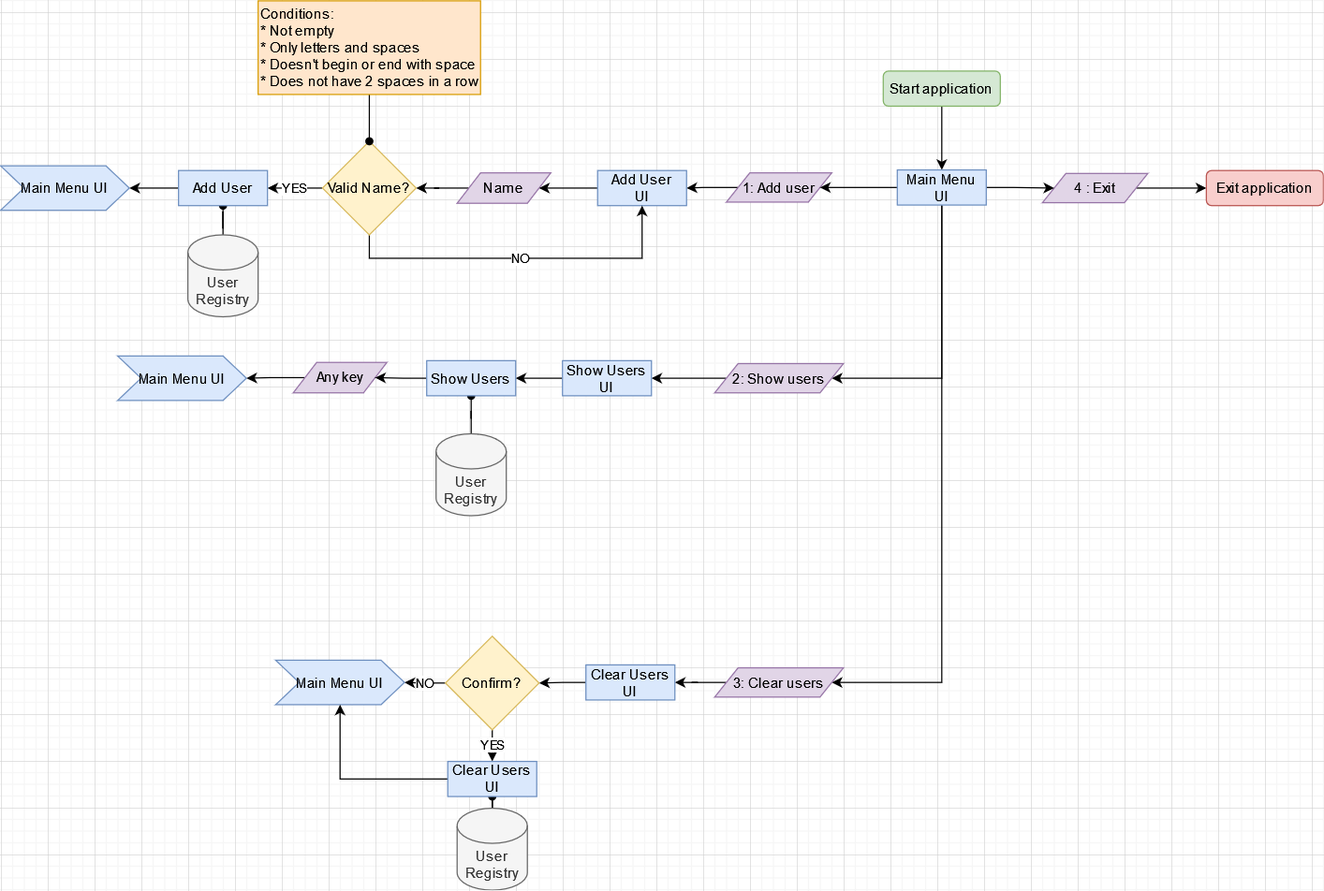
The draw.io diagram AdressBook_Limited_FlowChart.png in VonRiddarn/SchoolProject_AdressBook_Limited, before a commit. Source tidied: cells renumbered, new cells last; positions are measured from the earlier drawing's top-left corner, leaving out a move shared by most shapes. The source it was exported from:
```xml
<mxGraphModel>
  <root>
    <mxCell id="0" />
    <mxCell id="1" parent="0" />
    <mxCell id="2" style="edgeStyle=orthogonalEdgeStyle;rounded=0;jettySize=auto;html=1;entryX=0.5;entryY=0;entryDx=0;entryDy=0;startArrow=none;startFill=0;endArrow=classic;endFill=1;" parent="1" edge="1" source="3" target="13">
      <mxGeometry relative="1" as="geometry" />
    </mxCell>
    <mxCell id="3" value="Start application" style="rounded=1;whiteSpace=wrap;html=1;fillColor=#d5e8d4;strokeColor=#82b366;" parent="1" vertex="1">
      <mxGeometry x="754" y="60" width="100" height="30" as="geometry" />
    </mxCell>
    <mxCell id="4" style="edgeStyle=orthogonalEdgeStyle;rounded=0;jettySize=auto;html=1;entryX=0;entryY=0.5;entryDx=0;entryDy=0;startArrow=none;startFill=0;endArrow=classic;endFill=1;" parent="1" edge="1" source="5" target="6">
      <mxGeometry relative="1" as="geometry" />
    </mxCell>
    <mxCell id="5" value="4 : Exit" style="shape=parallelogram;perimeter=parallelogramPerimeter;whiteSpace=wrap;html=1;fixedSize=1;fillColor=#e1d5e7;strokeColor=#9673a6;" parent="1" vertex="1">
      <mxGeometry x="890" y="147.5" width="90" height="25" as="geometry" />
    </mxCell>
    <mxCell id="6" value="Exit application" style="rounded=1;whiteSpace=wrap;html=1;fillColor=#f8cecc;strokeColor=#b85450;" parent="1" vertex="1">
      <mxGeometry x="1030" y="145" width="100" height="30" as="geometry" />
    </mxCell>
    <mxCell id="7" style="edgeStyle=orthogonalEdgeStyle;rounded=0;jettySize=auto;html=1;startArrow=none;startFill=0;endArrow=classic;endFill=1;" parent="1" edge="1" source="8" target="17">
      <mxGeometry relative="1" as="geometry" />
    </mxCell>
    <mxCell id="8" value="1: Add user" style="shape=parallelogram;perimeter=parallelogramPerimeter;whiteSpace=wrap;html=1;fixedSize=1;fillColor=#e1d5e7;strokeColor=#9673a6;" parent="1" vertex="1">
      <mxGeometry x="620" y="147" width="90" height="25" as="geometry" />
    </mxCell>
    <mxCell id="9" style="edgeStyle=orthogonalEdgeStyle;rounded=0;jettySize=auto;html=1;entryX=1;entryY=0.5;entryDx=0;entryDy=0;startArrow=none;startFill=0;endArrow=classic;endFill=1;" parent="1" edge="1" source="13" target="8">
      <mxGeometry relative="1" as="geometry" />
    </mxCell>
    <mxCell id="10" style="edgeStyle=orthogonalEdgeStyle;rounded=0;jettySize=auto;html=1;entryX=0;entryY=0.5;entryDx=0;entryDy=0;startArrow=none;startFill=0;endArrow=classic;endFill=1;" parent="1" edge="1" source="13" target="5">
      <mxGeometry relative="1" as="geometry" />
    </mxCell>
    <mxCell id="11" style="edgeStyle=orthogonalEdgeStyle;rounded=0;jettySize=auto;html=1;entryX=1;entryY=0.5;entryDx=0;entryDy=0;startArrow=none;startFill=0;endArrow=classic;endFill=1;" parent="1" edge="1" source="13" target="29">
      <mxGeometry relative="1" as="geometry">
        <Array as="points">
          <mxPoint x="804" y="323" />
        </Array>
      </mxGeometry>
    </mxCell>
    <mxCell id="12" style="edgeStyle=orthogonalEdgeStyle;rounded=0;jettySize=auto;html=1;entryX=1;entryY=0.5;entryDx=0;entryDy=0;startArrow=none;startFill=0;endArrow=classic;endFill=1;" parent="1" edge="1" source="13" target="40">
      <mxGeometry relative="1" as="geometry">
        <Array as="points">
          <mxPoint x="804" y="583" />
        </Array>
      </mxGeometry>
    </mxCell>
    <mxCell id="13" value="&lt;div&gt;Main Menu&lt;/div&gt;&lt;div&gt;UI&lt;br&gt;&lt;/div&gt;" style="rounded=0;whiteSpace=wrap;html=1;fillColor=#dae8fc;strokeColor=#6c8ebf;" parent="1" vertex="1">
      <mxGeometry x="766" y="144.5" width="76" height="30" as="geometry" />
    </mxCell>
    <mxCell id="14" style="edgeStyle=orthogonalEdgeStyle;rounded=0;jettySize=auto;html=1;startArrow=none;startFill=0;endArrow=classic;endFill=1;" parent="1" edge="1" source="15" target="20">
      <mxGeometry relative="1" as="geometry" />
    </mxCell>
    <mxCell id="15" value="Name" style="shape=parallelogram;perimeter=parallelogramPerimeter;whiteSpace=wrap;html=1;fixedSize=1;fillColor=#e1d5e7;strokeColor=#9673a6;" parent="1" vertex="1">
      <mxGeometry x="390" y="147" width="80" height="26" as="geometry" />
    </mxCell>
    <mxCell id="16" style="edgeStyle=orthogonalEdgeStyle;rounded=0;jettySize=auto;html=1;entryX=1;entryY=0.5;entryDx=0;entryDy=0;startArrow=none;startFill=0;endArrow=classic;endFill=1;" parent="1" edge="1" source="17" target="15">
      <mxGeometry relative="1" as="geometry" />
    </mxCell>
    <mxCell id="17" value="&lt;div&gt;Add User&lt;br&gt;&lt;/div&gt;&lt;div&gt;UI&lt;br&gt;&lt;/div&gt;" style="rounded=0;whiteSpace=wrap;html=1;fillColor=#dae8fc;strokeColor=#6c8ebf;" parent="1" vertex="1">
      <mxGeometry x="510" y="145" width="76" height="30" as="geometry" />
    </mxCell>
    <mxCell id="18" value="NO" style="edgeStyle=orthogonalEdgeStyle;rounded=0;jettySize=auto;html=1;entryX=0.5;entryY=1;entryDx=0;entryDy=0;startArrow=none;startFill=0;endArrow=classic;endFill=1;" parent="1" edge="1" source="20" target="17">
      <mxGeometry relative="1" as="geometry">
        <Array as="points">
          <mxPoint x="315" y="220" />
          <mxPoint x="548" y="220" />
        </Array>
      </mxGeometry>
    </mxCell>
    <mxCell id="19" value="YES" style="edgeStyle=orthogonalEdgeStyle;rounded=0;jettySize=auto;html=1;entryX=1;entryY=0.5;entryDx=0;entryDy=0;startArrow=none;startFill=0;endArrow=classic;endFill=1;" parent="1" edge="1" source="20" target="26">
      <mxGeometry relative="1" as="geometry" />
    </mxCell>
    <mxCell id="20" value="Valid Name?" style="rhombus;whiteSpace=wrap;html=1;fillColor=#fff2cc;strokeColor=#d6b656;" parent="1" vertex="1">
      <mxGeometry x="275" y="120" width="80" height="80" as="geometry" />
    </mxCell>
    <mxCell id="21" style="edgeStyle=orthogonalEdgeStyle;rounded=0;jettySize=auto;html=1;entryX=0.5;entryY=0;entryDx=0;entryDy=0;startArrow=none;startFill=0;endArrow=oval;endFill=1;" parent="1" edge="1" source="22" target="20">
      <mxGeometry relative="1" as="geometry" />
    </mxCell>
    <mxCell id="22" value="&lt;div align=&quot;left&quot;&gt;Conditions:&lt;/div&gt;&lt;div align=&quot;left&quot;&gt;* Not empty&lt;/div&gt;&lt;div align=&quot;left&quot;&gt;* Only letters and spaces&lt;/div&gt;&lt;div align=&quot;left&quot;&gt;* Doesn't begin or end with space&lt;/div&gt;&lt;div align=&quot;left&quot;&gt;* Does not have 2 spaces in a row&lt;br&gt;&lt;/div&gt;" style="rounded=0;whiteSpace=wrap;html=1;align=left;fillColor=#ffe6cc;strokeColor=#d79b00;" parent="1" vertex="1">
      <mxGeometry x="220" width="190" height="80" as="geometry" />
    </mxCell>
    <mxCell id="23" style="edgeStyle=orthogonalEdgeStyle;rounded=0;jettySize=auto;html=1;startArrow=none;startFill=0;endArrow=oval;endFill=1;" parent="1" edge="1" source="24" target="26">
      <mxGeometry relative="1" as="geometry" />
    </mxCell>
    <mxCell id="24" value="User Registry" style="shape=cylinder3;whiteSpace=wrap;html=1;boundedLbl=1;backgroundOutline=1;size=15;fillColor=#f5f5f5;fontColor=#333333;strokeColor=#666666;" parent="1" vertex="1">
      <mxGeometry x="160" y="200" width="60" height="70" as="geometry" />
    </mxCell>
    <mxCell id="25" style="edgeStyle=orthogonalEdgeStyle;rounded=0;jettySize=auto;html=1;startArrow=none;startFill=0;endArrow=classic;endFill=1;" parent="1" edge="1" source="26" target="27">
      <mxGeometry relative="1" as="geometry" />
    </mxCell>
    <mxCell id="26" value="Add User" style="rounded=0;whiteSpace=wrap;html=1;fillColor=#dae8fc;strokeColor=#6c8ebf;" parent="1" vertex="1">
      <mxGeometry x="152" y="145" width="76" height="30" as="geometry" />
    </mxCell>
    <mxCell id="27" value="&lt;div&gt;Main Menu UI&lt;br&gt;&lt;/div&gt;" style="shape=step;perimeter=stepPerimeter;whiteSpace=wrap;html=1;fixedSize=1;fillColor=#dae8fc;strokeColor=#6c8ebf;" parent="1" vertex="1">
      <mxGeometry y="141" width="110" height="38" as="geometry" />
    </mxCell>
    <mxCell id="28" style="edgeStyle=orthogonalEdgeStyle;rounded=0;jettySize=auto;html=1;entryX=1;entryY=0.5;entryDx=0;entryDy=0;startArrow=none;startFill=0;endArrow=classic;endFill=1;" parent="1" edge="1" source="29" target="31">
      <mxGeometry relative="1" as="geometry" />
    </mxCell>
    <mxCell id="29" value="2: Show users" style="shape=parallelogram;perimeter=parallelogramPerimeter;whiteSpace=wrap;html=1;fixedSize=1;fillColor=#e1d5e7;strokeColor=#9673a6;" parent="1" vertex="1">
      <mxGeometry x="610" y="310" width="110" height="25" as="geometry" />
    </mxCell>
    <mxCell id="30" style="edgeStyle=orthogonalEdgeStyle;rounded=0;jettySize=auto;html=1;entryX=1;entryY=0.5;entryDx=0;entryDy=0;startArrow=none;startFill=0;endArrow=classic;endFill=1;" parent="1" edge="1" source="31" target="37">
      <mxGeometry relative="1" as="geometry" />
    </mxCell>
    <mxCell id="31" value="&lt;div&gt;Show Users&lt;br&gt;&lt;/div&gt;&lt;div&gt;UI&lt;br&gt;&lt;/div&gt;" style="rounded=0;whiteSpace=wrap;html=1;fillColor=#dae8fc;strokeColor=#6c8ebf;" parent="1" vertex="1">
      <mxGeometry x="480" y="307.5" width="76" height="30" as="geometry" />
    </mxCell>
    <mxCell id="32" style="edgeStyle=orthogonalEdgeStyle;rounded=0;jettySize=auto;html=1;startArrow=none;startFill=0;endArrow=classic;endFill=1;" parent="1" edge="1" source="33" target="38">
      <mxGeometry relative="1" as="geometry" />
    </mxCell>
    <mxCell id="33" value="Any key" style="shape=parallelogram;perimeter=parallelogramPerimeter;whiteSpace=wrap;html=1;fixedSize=1;fillColor=#e1d5e7;strokeColor=#9673a6;" parent="1" vertex="1">
      <mxGeometry x="250" y="309" width="80" height="26" as="geometry" />
    </mxCell>
    <mxCell id="34" style="edgeStyle=orthogonalEdgeStyle;rounded=0;jettySize=auto;html=1;entryX=0.5;entryY=1;entryDx=0;entryDy=0;startArrow=none;startFill=0;endArrow=oval;endFill=1;" parent="1" edge="1" source="35" target="37">
      <mxGeometry relative="1" as="geometry" />
    </mxCell>
    <mxCell id="35" value="User Registry" style="shape=cylinder3;whiteSpace=wrap;html=1;boundedLbl=1;backgroundOutline=1;size=15;fillColor=#f5f5f5;fontColor=#333333;strokeColor=#666666;" parent="1" vertex="1">
      <mxGeometry x="372" y="370" width="60" height="70" as="geometry" />
    </mxCell>
    <mxCell id="36" style="edgeStyle=orthogonalEdgeStyle;rounded=0;jettySize=auto;html=1;entryX=1;entryY=0.5;entryDx=0;entryDy=0;startArrow=none;startFill=0;endArrow=classic;endFill=1;" parent="1" edge="1" source="37" target="33">
      <mxGeometry relative="1" as="geometry" />
    </mxCell>
    <mxCell id="37" value="&lt;div&gt;Show Users&lt;br&gt;&lt;/div&gt;" style="rounded=0;whiteSpace=wrap;html=1;fillColor=#dae8fc;strokeColor=#6c8ebf;" parent="1" vertex="1">
      <mxGeometry x="364" y="307.5" width="76" height="30" as="geometry" />
    </mxCell>
    <mxCell id="38" value="Main Menu UI" style="shape=step;perimeter=stepPerimeter;whiteSpace=wrap;html=1;fixedSize=1;fillColor=#dae8fc;strokeColor=#6c8ebf;" parent="1" vertex="1">
      <mxGeometry x="100" y="303.5" width="110" height="38" as="geometry" />
    </mxCell>
    <mxCell id="39" style="edgeStyle=orthogonalEdgeStyle;rounded=0;jettySize=auto;html=1;startArrow=none;startFill=0;endArrow=classic;endFill=1;" parent="1" edge="1" source="40" target="42">
      <mxGeometry relative="1" as="geometry" />
    </mxCell>
    <mxCell id="40" value="3: Clear users" style="shape=parallelogram;perimeter=parallelogramPerimeter;whiteSpace=wrap;html=1;fixedSize=1;fillColor=#e1d5e7;strokeColor=#9673a6;" parent="1" vertex="1">
      <mxGeometry x="610" y="570" width="110" height="25" as="geometry" />
    </mxCell>
    <mxCell id="41" style="edgeStyle=orthogonalEdgeStyle;rounded=0;jettySize=auto;html=1;startArrow=none;startFill=0;endArrow=classic;endFill=1;" parent="1" edge="1" source="42" target="45">
      <mxGeometry relative="1" as="geometry" />
    </mxCell>
    <mxCell id="42" value="&lt;div&gt;Clear Users&lt;/div&gt;&lt;div&gt;UI&lt;br&gt;&lt;/div&gt;" style="rounded=0;whiteSpace=wrap;html=1;fillColor=#dae8fc;strokeColor=#6c8ebf;" parent="1" vertex="1">
      <mxGeometry x="500" y="567.5" width="76" height="30" as="geometry" />
    </mxCell>
    <mxCell id="43" value="NO" style="edgeStyle=orthogonalEdgeStyle;rounded=0;jettySize=auto;html=1;entryX=1;entryY=0.5;entryDx=0;entryDy=0;startArrow=none;startFill=0;endArrow=classic;endFill=1;" parent="1" edge="1" source="45" target="46">
      <mxGeometry relative="1" as="geometry" />
    </mxCell>
    <mxCell id="44" value="YES" style="edgeStyle=orthogonalEdgeStyle;rounded=0;jettySize=auto;html=1;entryX=0.5;entryY=0;entryDx=0;entryDy=0;startArrow=none;startFill=0;endArrow=classic;endFill=1;" parent="1" edge="1" source="45" target="50">
      <mxGeometry relative="1" as="geometry" />
    </mxCell>
    <mxCell id="45" value="Confirm?" style="rhombus;whiteSpace=wrap;html=1;fillColor=#fff2cc;strokeColor=#d6b656;" parent="1" vertex="1">
      <mxGeometry x="380" y="543" width="80" height="80" as="geometry" />
    </mxCell>
    <mxCell id="46" value="Main Menu UI" style="shape=step;perimeter=stepPerimeter;whiteSpace=wrap;html=1;fixedSize=1;fillColor=#dae8fc;strokeColor=#6c8ebf;" parent="1" vertex="1">
      <mxGeometry x="235" y="563.5" width="110" height="38" as="geometry" />
    </mxCell>
    <mxCell id="47" style="edgeStyle=orthogonalEdgeStyle;rounded=0;jettySize=auto;html=1;entryX=0.5;entryY=1;entryDx=0;entryDy=0;startArrow=none;startFill=0;endArrow=oval;endFill=1;" parent="1" edge="1" source="48" target="50">
      <mxGeometry relative="1" as="geometry" />
    </mxCell>
    <mxCell id="48" value="User Registry" style="shape=cylinder3;whiteSpace=wrap;html=1;boundedLbl=1;backgroundOutline=1;size=15;fillColor=#f5f5f5;fontColor=#333333;strokeColor=#666666;" parent="1" vertex="1">
      <mxGeometry x="390" y="690" width="60" height="70" as="geometry" />
    </mxCell>
    <mxCell id="49" style="edgeStyle=orthogonalEdgeStyle;rounded=0;jettySize=auto;html=1;entryX=0.5;entryY=1;entryDx=0;entryDy=0;startArrow=none;startFill=0;endArrow=classic;endFill=1;" parent="1" edge="1" source="50" target="46">
      <mxGeometry relative="1" as="geometry" />
    </mxCell>
    <mxCell id="50" value="&lt;div&gt;Clear Users&lt;/div&gt;&lt;div&gt;UI&lt;br&gt;&lt;/div&gt;" style="rounded=0;whiteSpace=wrap;html=1;fillColor=#dae8fc;strokeColor=#6c8ebf;" parent="1" vertex="1">
      <mxGeometry x="382" y="650" width="76" height="30" as="geometry" />
    </mxCell>
  </root>
</mxGraphModel>
```
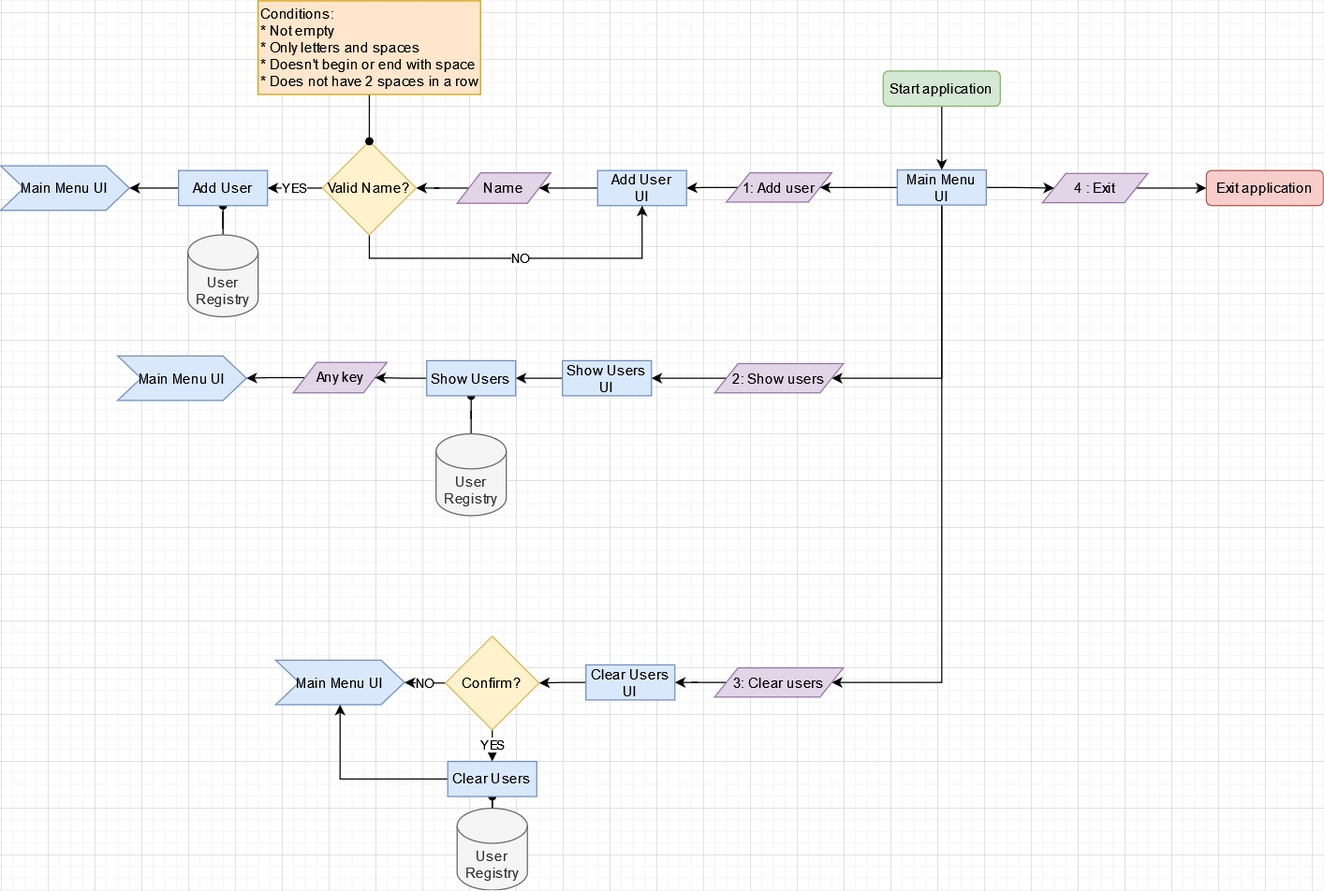
The same file after the commit.

Commit message:
fix(flowchart): fixed errors in the flowchart

The edit, as a diff of the source:
```diff
@@ -159,7 +159,7 @@
     <mxCell id="49" style="edgeStyle=orthogonalEdgeStyle;rounded=0;jettySize=auto;html=1;entryX=0.5;entryY=1;entryDx=0;entryDy=0;startArrow=none;startFill=0;endArrow=classic;endFill=1;" parent="1" edge="1" source="50" target="46">
       <mxGeometry relative="1" as="geometry" />
     </mxCell>
-    <mxCell id="50" value="&lt;div&gt;Clear Users&lt;/div&gt;&lt;div&gt;UI&lt;br&gt;&lt;/div&gt;" style="rounded=0;whiteSpace=wrap;html=1;fillColor=#dae8fc;strokeColor=#6c8ebf;" parent="1" vertex="1">
+    <mxCell id="50" value="&lt;div&gt;Clear Users&lt;/div&gt;" style="rounded=0;whiteSpace=wrap;html=1;fillColor=#dae8fc;strokeColor=#6c8ebf;" parent="1" vertex="1">
       <mxGeometry x="382" y="650" width="76" height="30" as="geometry" />
     </mxCell>
   </root>
```
